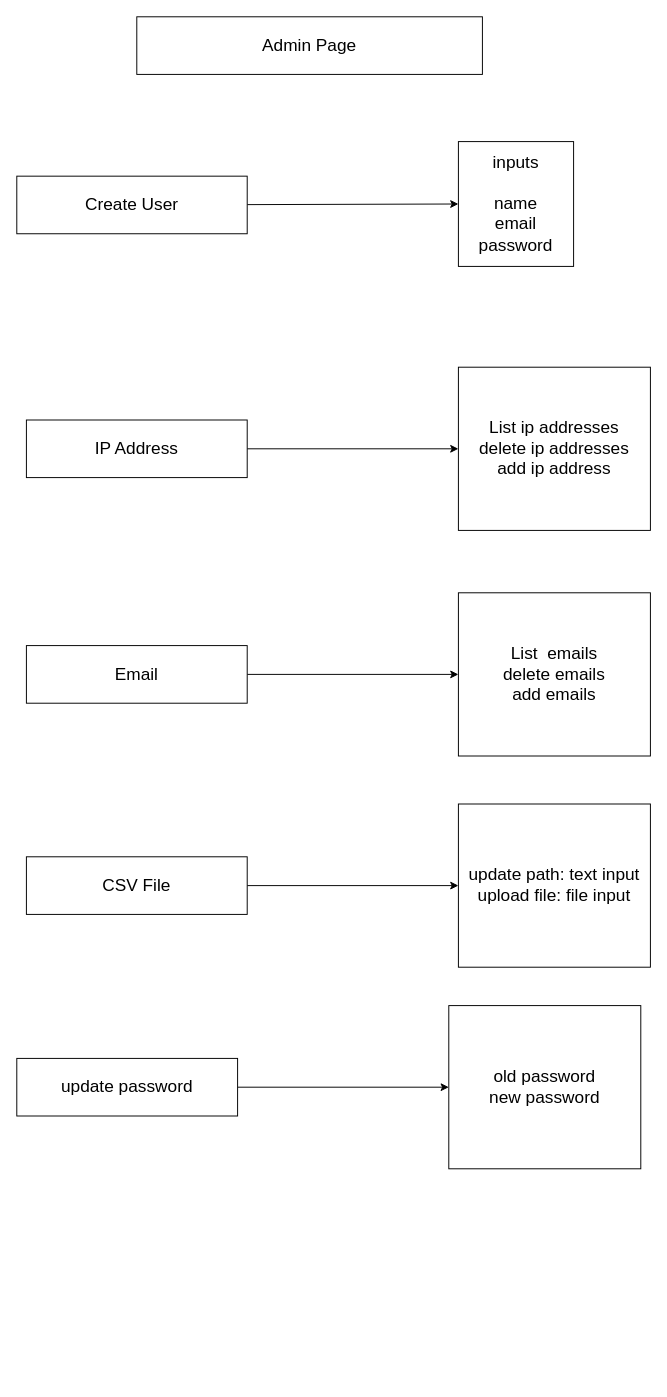
Before: page "Admin page" (2 of 3) of dev-data/planning.drawio in remian-coders/product-management, a draw.io diagram. Source tidied: cells renumbered, new cells numbered last; positions are measured from the earlier drawing's top-left corner, leaving out a move shared by most shapes. Both pictures are drawn from the tidied source at 96%, with x=0, y=0 at pixel (16, 16).
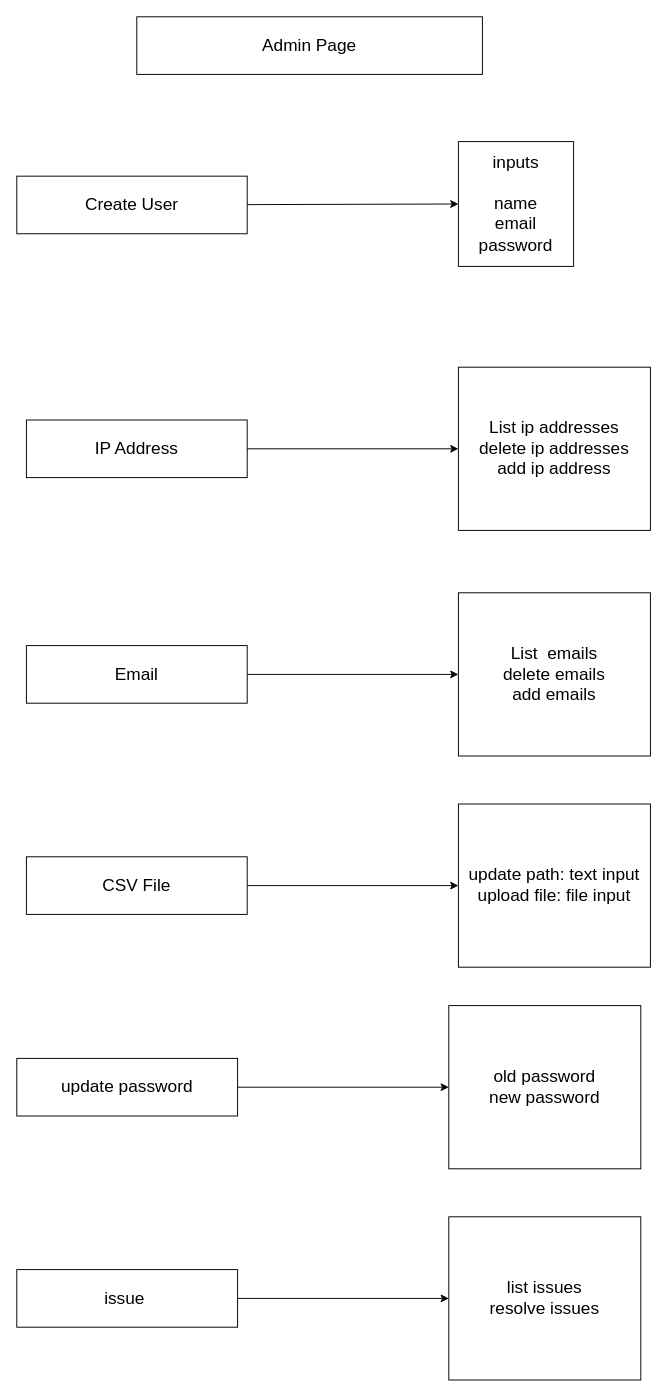
The same page after the edit.

What changed in the source:
```diff
@@
+    <mxCell id="18" style="edgeStyle=none;html=1;fontSize=18;entryX=0;entryY=0.5;entryDx=0;entryDy=0;" parent="1" edge="1" source="19" target="20">
+      <mxGeometry relative="1" as="geometry" />
+    </mxCell>
+    <mxCell id="19" value="&lt;span style=&quot;font-size: 18px&quot;&gt;issue&amp;nbsp;&lt;/span&gt;" style="whiteSpace=wrap;html=1;rounded=0;" parent="1" vertex="1">
+      <mxGeometry y="1305" width="230" height="60" as="geometry" />
+    </mxCell>
+    <mxCell id="20" value="&lt;font style=&quot;font-size: 18px&quot;&gt;list issues&lt;br&gt;resolve issues&lt;br&gt;&lt;/font&gt;" style="whiteSpace=wrap;html=1;rounded=0;" parent="1" vertex="1">
+      <mxGeometry x="450" y="1250" width="200" height="170" as="geometry" />
+    </mxCell>
```
